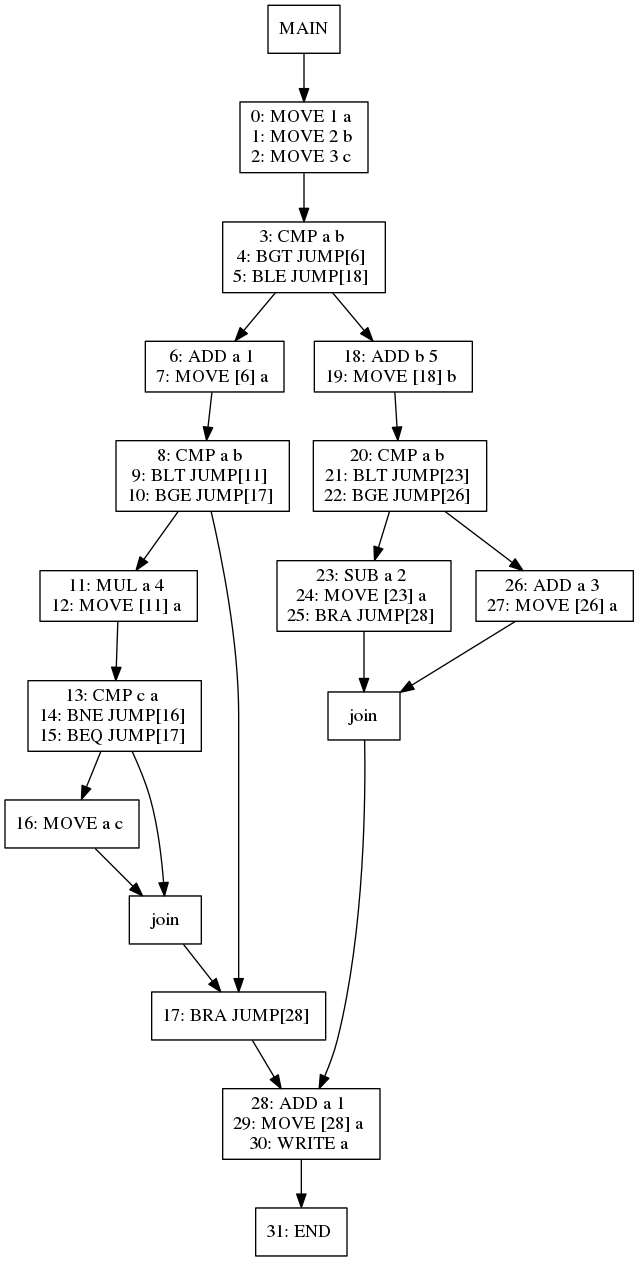
jiahanwang/PL241-Compiler keeps this Graphviz diagram as viz/test009.dot.png. Above is the earlier version. Its source is kept beside it as viz/test009.dot.
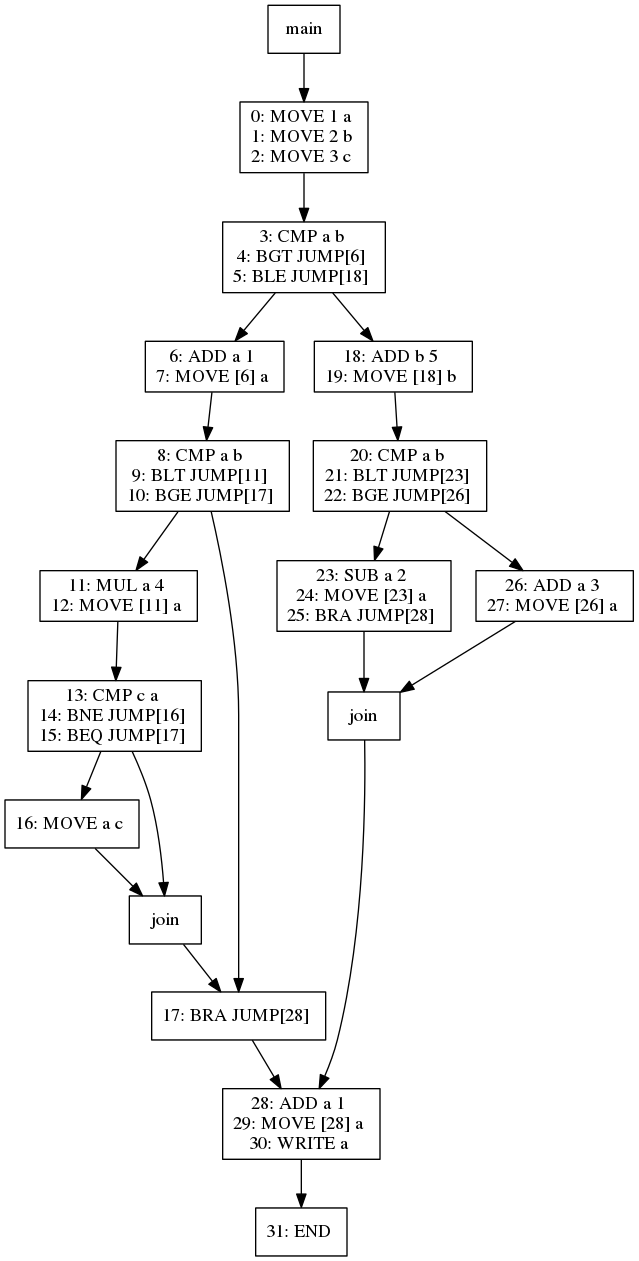
Later version of the same file.

Change to the diagram source:
```diff
@@ -1,72 +1,72 @@
 digraph test009 {
 node [shape=box]
-1[label="MAIN"]
-1 -> 3
-3[label="0: MOVE 1 a
+134[label="main"]
+134 -> 136
+136[label="0: MOVE 1 a
 1: MOVE 2 b
 2: MOVE 3 c
 "]
-3 -> 6
-6[label="3: CMP a b
+136 -> 139
+139[label="3: CMP a b
 4: BGT JUMP[6]
 5: BLE JUMP[18]
 "]
-6 -> 8
-8[label="6: ADD a 1
+139 -> 141
+141[label="6: ADD a 1
 7: MOVE [6] a
 "]
-8 -> 9
-9[label="8: CMP a b
+141 -> 142
+142[label="8: CMP a b
 9: BLT JUMP[11]
 10: BGE JUMP[17]
 "]
-9 -> 11
-11[label="11: MUL a 4
+142 -> 144
+144[label="11: MUL a 4
 12: MOVE [11] a
 "]
-11 -> 12
-12[label="13: CMP c a
+144 -> 145
+145[label="13: CMP c a
 14: BNE JUMP[16]
 15: BEQ JUMP[17]
 "]
-12 -> 14
-14[label="16: MOVE a c
+145 -> 147
+147[label="16: MOVE a c
 "]
-14 -> 13
-13[label="join"]
-13 -> 10
-10[label="17: BRA JUMP[28]
+147 -> 146
+146[label="join"]
+146 -> 143
+143[label="17: BRA JUMP[28]
 "]
-10 -> 7
-7[label="28: ADD a 1
+143 -> 140
+140[label="28: ADD a 1
 29: MOVE [28] a
 30: WRITE a
 "]
-7 -> 22
-22[label="31: END
+140 -> 155
+155[label="31: END
 "]
-12 -> 13
-9 -> 10
-6 -> 15
-15[label="18: ADD b 5
+145 -> 146
+142 -> 143
+139 -> 148
+148[label="18: ADD b 5
 19: MOVE [18] b
 "]
-15 -> 16
-16[label="20: CMP a b
+148 -> 149
+149[label="20: CMP a b
 21: BLT JUMP[23]
 22: BGE JUMP[26]
 "]
-16 -> 18
-18[label="23: SUB a 2
+149 -> 151
+151[label="23: SUB a 2
 24: MOVE [23] a
 25: BRA JUMP[28]
 "]
-18 -> 17
-17[label="join"]
-17 -> 7
-16 -> 19
-19[label="26: ADD a 3
+151 -> 150
+150[label="join"]
+150 -> 140
+149 -> 152
+152[label="26: ADD a 3
 27: MOVE [26] a
 "]
-19 -> 17
+152 -> 150
 }
```
